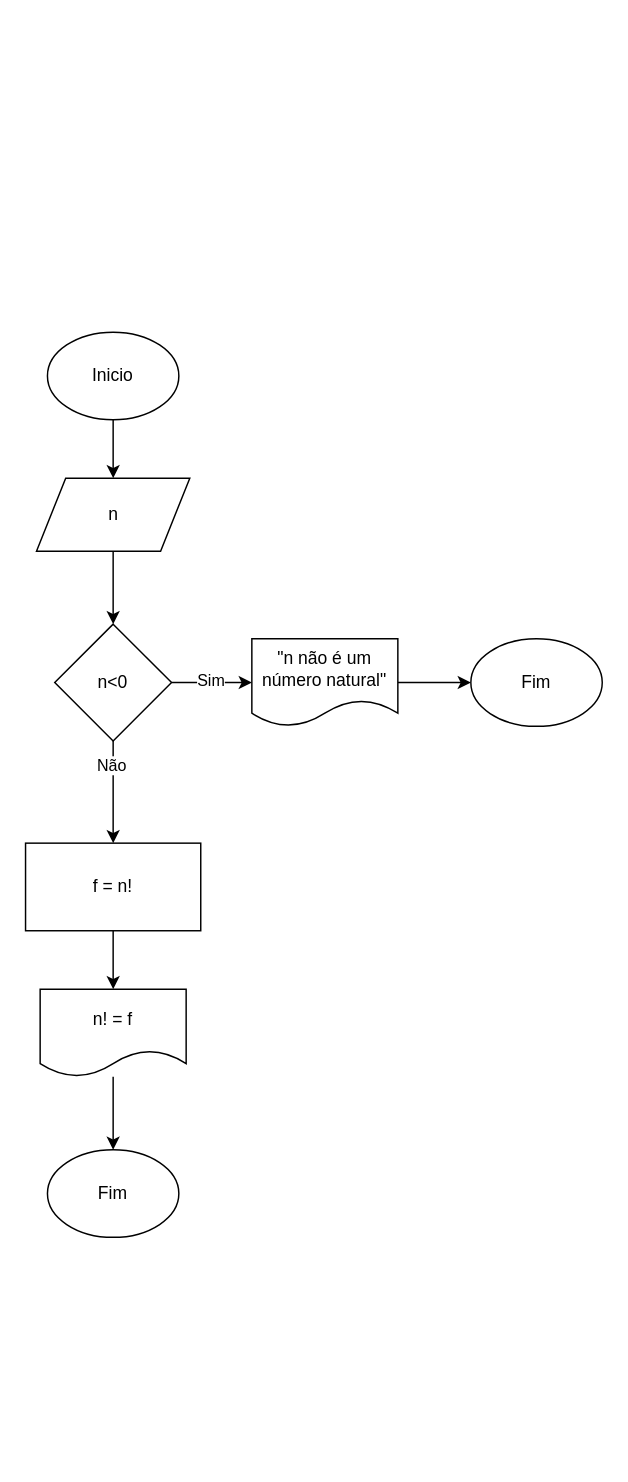
Above: ex5.drawio in luanayasmim/repos-cap-unasp (draw.io), before the change. Source tidied: cells renumbered, new cells numbered last; positions are measured from the earlier drawing's top-left corner, leaving out a move shared by most shapes. Both pictures are drawn from the tidied source at 146%, with x=0, y=0 at pixel (25, 331).
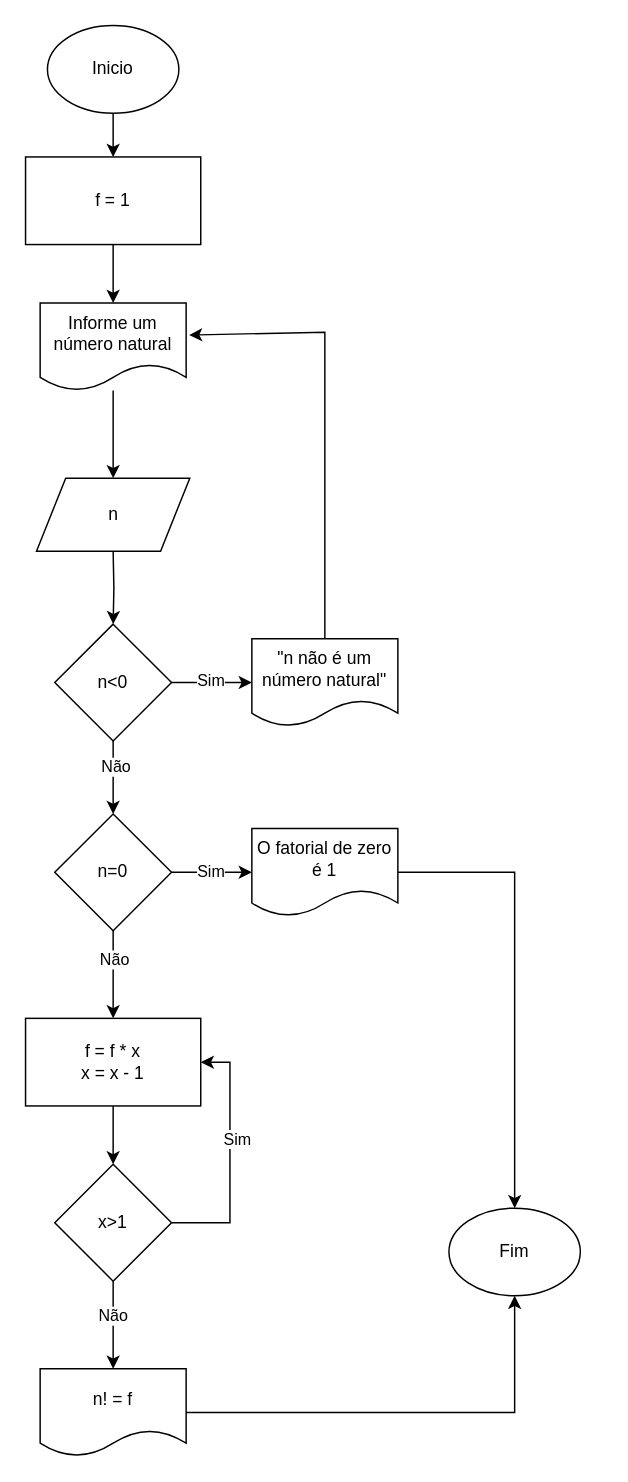
The same diagram, later.

The change refers to these unchanged cells:
```xml
<mxCell id="5" value="n" style="shape=parallelogram;perimeter=parallelogramPerimeter;whiteSpace=wrap;html=1;fixedSize=1;" parent="1" vertex="1">
  <mxGeometry x="7.5" y="100" width="105" height="50" as="geometry" />
</mxCell>
<mxCell id="6" style="edgeStyle=orthogonalEdgeStyle;rounded=0;jettySize=auto;html=1;" parent="1" edge="1" source="10" target="12">
  <mxGeometry relative="1" as="geometry" />
</mxCell>
<mxCell id="10" value="n&amp;lt;0" style="rhombus;whiteSpace=wrap;html=1;" parent="1" vertex="1">
  <mxGeometry x="20" y="200" width="80" height="80" as="geometry" />
</mxCell>
<mxCell id="12" value="&quot;n não é um número natural&quot;" style="shape=document;whiteSpace=wrap;html=1;boundedLbl=1;" parent="1" vertex="1">
  <mxGeometry x="155" y="210" width="100" height="60" as="geometry" />
</mxCell>
```

Change to the diagram source:
```diff
@@
-    <mxCell id="2" style="edgeStyle=orthogonalEdgeStyle;rounded=0;jettySize=auto;html=1;" parent="1" edge="1" source="3" target="5">
-      <mxGeometry relative="1" as="geometry" />
-    </mxCell>
+    <mxCell id="19" style="edgeStyle=orthogonalEdgeStyle;rounded=0;jettySize=auto;html=1;" parent="1" edge="1" source="3" target="44">
+      <mxGeometry relative="1" as="geometry" />
+    </mxCell>
     <mxCell id="3" value="Inicio" style="ellipse;whiteSpace=wrap;html=1;" parent="1" vertex="1">
-      <mxGeometry x="15" width="90" height="60" as="geometry" />
+      <mxGeometry x="15" y="-210" width="90" height="60" as="geometry" />
     </mxCell>
-    <mxCell id="4" style="edgeStyle=orthogonalEdgeStyle;rounded=0;jettySize=auto;html=1;" parent="1" edge="1" source="5" target="10">
-      <mxGeometry relative="1" as="geometry" />
-    </mxCell>
+    <mxCell id="20" style="edgeStyle=orthogonalEdgeStyle;rounded=0;jettySize=auto;html=1;" parent="1" edge="1" target="10">
+      <mxGeometry relative="1" as="geometry">
+        <mxPoint x="60" y="150" as="sourcePoint" />
+      </mxGeometry>
+    </mxCell>
@@
-    <mxCell id="7" value="Sim" style="edgeLabel;html=1;align=center;verticalAlign=middle;" parent="6" vertex="1">
-      <mxGeometry x="-0.05" y="2" relative="1" as="geometry" />
-    </mxCell>
-    <mxCell id="8" style="edgeStyle=orthogonalEdgeStyle;rounded=0;jettySize=auto;html=1;" parent="1" edge="1" source="10" target="14">
-      <mxGeometry relative="1" as="geometry" />
-    </mxCell>
-    <mxCell id="9" value="Não" style="edgeLabel;html=1;align=center;verticalAlign=middle;" parent="8" vertex="1">
-      <mxGeometry x="-0.55" y="-2" relative="1" as="geometry" />
-    </mxCell>
+    <mxCell id="21" value="Sim" style="edgeLabel;html=1;align=center;verticalAlign=middle;" parent="6" vertex="1">
+      <mxGeometry x="-0.05" y="2" relative="1" as="geometry" />
+    </mxCell>
+    <mxCell id="22" style="edgeStyle=orthogonalEdgeStyle;rounded=0;jettySize=auto;html=1;" parent="1" edge="1" source="10" target="35">
+      <mxGeometry relative="1" as="geometry" />
+    </mxCell>
+    <mxCell id="23" value="Não" style="edgeLabel;html=1;align=center;verticalAlign=middle;" parent="22" vertex="1">
+      <mxGeometry x="-0.33" y="1" relative="1" as="geometry" />
+    </mxCell>
@@
-    <mxCell id="11" style="edgeStyle=orthogonalEdgeStyle;rounded=0;jettySize=auto;html=1;" parent="1" edge="1" source="12" target="15">
-      <mxGeometry relative="1" as="geometry" />
-    </mxCell>
@@
-    <mxCell id="13" style="edgeStyle=orthogonalEdgeStyle;rounded=0;jettySize=auto;html=1;" parent="1" edge="1" source="14" target="17">
-      <mxGeometry relative="1" as="geometry" />
-    </mxCell>
-    <mxCell id="14" value="f = n!" style="rounded=0;whiteSpace=wrap;html=1;" parent="1" vertex="1">
-      <mxGeometry y="350" width="120" height="60" as="geometry" />
-    </mxCell>
-    <mxCell id="15" value="Fim" style="ellipse;whiteSpace=wrap;html=1;" parent="1" vertex="1">
-      <mxGeometry x="305" y="210" width="90" height="60" as="geometry" />
-    </mxCell>
-    <mxCell id="16" style="edgeStyle=orthogonalEdgeStyle;rounded=0;jettySize=auto;html=1;" parent="1" edge="1" source="17" target="18">
-      <mxGeometry relative="1" as="geometry" />
-    </mxCell>
+    <mxCell id="24" style="edgeStyle=orthogonalEdgeStyle;rounded=0;jettySize=auto;html=1;" parent="1" edge="1" source="25" target="42">
+      <mxGeometry relative="1" as="geometry" />
+    </mxCell>
+    <mxCell id="25" value="f = f * x&lt;br&gt;x = x - 1" style="rounded=0;whiteSpace=wrap;html=1;" parent="1" vertex="1">
+      <mxGeometry y="470" width="120" height="60" as="geometry" />
+    </mxCell>
+    <mxCell id="26" style="edgeStyle=orthogonalEdgeStyle;rounded=0;jettySize=auto;html=1;" parent="1" edge="1" source="17" target="27">
+      <mxGeometry relative="1" as="geometry" />
+    </mxCell>
     <mxCell id="17" value="n! = f" style="shape=document;whiteSpace=wrap;html=1;boundedLbl=1;" parent="1" vertex="1">
-      <mxGeometry x="10" y="450" width="100" height="60" as="geometry" />
+      <mxGeometry x="10" y="710" width="100" height="60" as="geometry" />
     </mxCell>
-    <mxCell id="18" value="Fim" style="ellipse;whiteSpace=wrap;html=1;" parent="1" vertex="1">
-      <mxGeometry x="15" y="560" width="90" height="60" as="geometry" />
-    </mxCell>
+    <mxCell id="27" value="Fim" style="ellipse;whiteSpace=wrap;html=1;" parent="1" vertex="1">
+      <mxGeometry x="290" y="600" width="90" height="60" as="geometry" />
+    </mxCell>
+    <mxCell id="28" style="edgeStyle=orthogonalEdgeStyle;rounded=0;jettySize=auto;html=1;" parent="1" edge="1" source="29" target="5">
+      <mxGeometry relative="1" as="geometry" />
+    </mxCell>
+    <mxCell id="29" value="Informe um número natural" style="shape=document;whiteSpace=wrap;html=1;boundedLbl=1;" parent="1" vertex="1">
+      <mxGeometry x="10" y="-20" width="100" height="60" as="geometry" />
+    </mxCell>
+    <mxCell id="30" style="endArrow=classic;html=1;rounded=0;exitX=0.5;exitY=0;exitDx=0;exitDy=0;entryX=1.02;entryY=0.367;entryDx=0;entryDy=0;entryPerimeter=0;" parent="1" edge="1" source="12" target="29">
+      <mxGeometry relative="1" as="geometry">
+        <Array as="points">
+          <mxPoint x="205" />
+        </Array>
+      </mxGeometry>
+    </mxCell>
+    <mxCell id="31" style="edgeStyle=orthogonalEdgeStyle;rounded=0;jettySize=auto;html=1;" parent="1" edge="1" source="35" target="25">
+      <mxGeometry relative="1" as="geometry" />
+    </mxCell>
+    <mxCell id="32" value="Não" style="edgeLabel;html=1;align=center;verticalAlign=middle;" parent="31" vertex="1">
+      <mxGeometry x="-0.38" relative="1" as="geometry" />
+    </mxCell>
+    <mxCell id="33" style="edgeStyle=orthogonalEdgeStyle;rounded=0;jettySize=auto;html=1;" parent="1" edge="1" source="35" target="37">
+      <mxGeometry relative="1" as="geometry" />
+    </mxCell>
+    <mxCell id="34" value="Sim" style="edgeLabel;html=1;align=center;verticalAlign=middle;" parent="33" vertex="1">
+      <mxGeometry x="-0.05" y="1" relative="1" as="geometry" />
+    </mxCell>
+    <mxCell id="35" value="n=0" style="rhombus;whiteSpace=wrap;html=1;" parent="1" vertex="1">
+      <mxGeometry x="20" y="330" width="80" height="80" as="geometry" />
+    </mxCell>
+    <mxCell id="36" style="edgeStyle=orthogonalEdgeStyle;rounded=0;jettySize=auto;html=1;" parent="1" edge="1" source="37" target="27">
+      <mxGeometry relative="1" as="geometry" />
+    </mxCell>
+    <mxCell id="37" value="O fatorial de zero é 1" style="shape=document;whiteSpace=wrap;html=1;boundedLbl=1;" parent="1" vertex="1">
+      <mxGeometry x="155" y="340" width="100" height="60" as="geometry" />
+    </mxCell>
+    <mxCell id="38" style="edgeStyle=orthogonalEdgeStyle;rounded=0;jettySize=auto;html=1;entryX=1;entryY=0.5;entryDx=0;entryDy=0;" parent="1" edge="1" source="42" target="25">
+      <mxGeometry relative="1" as="geometry">
+        <Array as="points">
+          <mxPoint x="140" y="610" />
+          <mxPoint x="140" y="500" />
+        </Array>
+      </mxGeometry>
+    </mxCell>
+    <mxCell id="39" value="Sim" style="edgeLabel;html=1;align=center;verticalAlign=middle;" parent="38" vertex="1">
+      <mxGeometry x="0.15" y="-4" relative="1" as="geometry" />
+    </mxCell>
+    <mxCell id="40" style="edgeStyle=orthogonalEdgeStyle;rounded=0;jettySize=auto;html=1;" parent="1" edge="1" source="42" target="17">
+      <mxGeometry relative="1" as="geometry" />
+    </mxCell>
+    <mxCell id="41" value="Não" style="edgeLabel;html=1;align=center;verticalAlign=middle;" parent="40" vertex="1">
+      <mxGeometry x="-0.24" y="-1" relative="1" as="geometry" />
+    </mxCell>
+    <mxCell id="42" value="x&amp;gt;1" style="rhombus;whiteSpace=wrap;html=1;" parent="1" vertex="1">
+      <mxGeometry x="20" y="570" width="80" height="80" as="geometry" />
+    </mxCell>
+    <mxCell id="43" style="edgeStyle=orthogonalEdgeStyle;rounded=0;jettySize=auto;html=1;" parent="1" edge="1" source="44" target="29">
+      <mxGeometry relative="1" as="geometry" />
+    </mxCell>
+    <mxCell id="44" value="f = 1" style="rounded=0;whiteSpace=wrap;html=1;" parent="1" vertex="1">
+      <mxGeometry y="-120" width="120" height="60" as="geometry" />
+    </mxCell>
```
